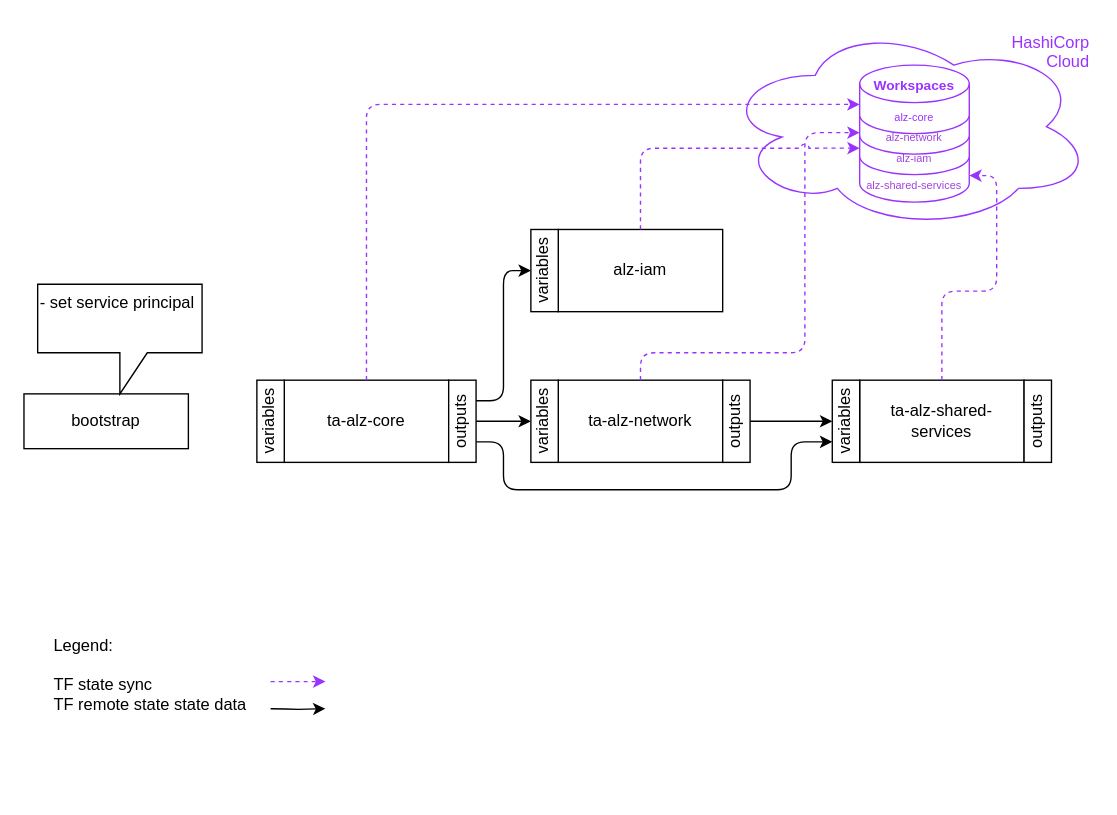
The draw.io diagram page "Overview" (1 of 5) of ta-alz.drawio in balazspados/azure-sandbox, before the edit. Source tidied: cells renumbered, new cells numbered last; positions are measured from the earlier drawing's top-left corner, leaving out a move shared by most shapes. Both pictures are drawn from the tidied source at 137%, with x=0, y=0 at pixel (23, 23).
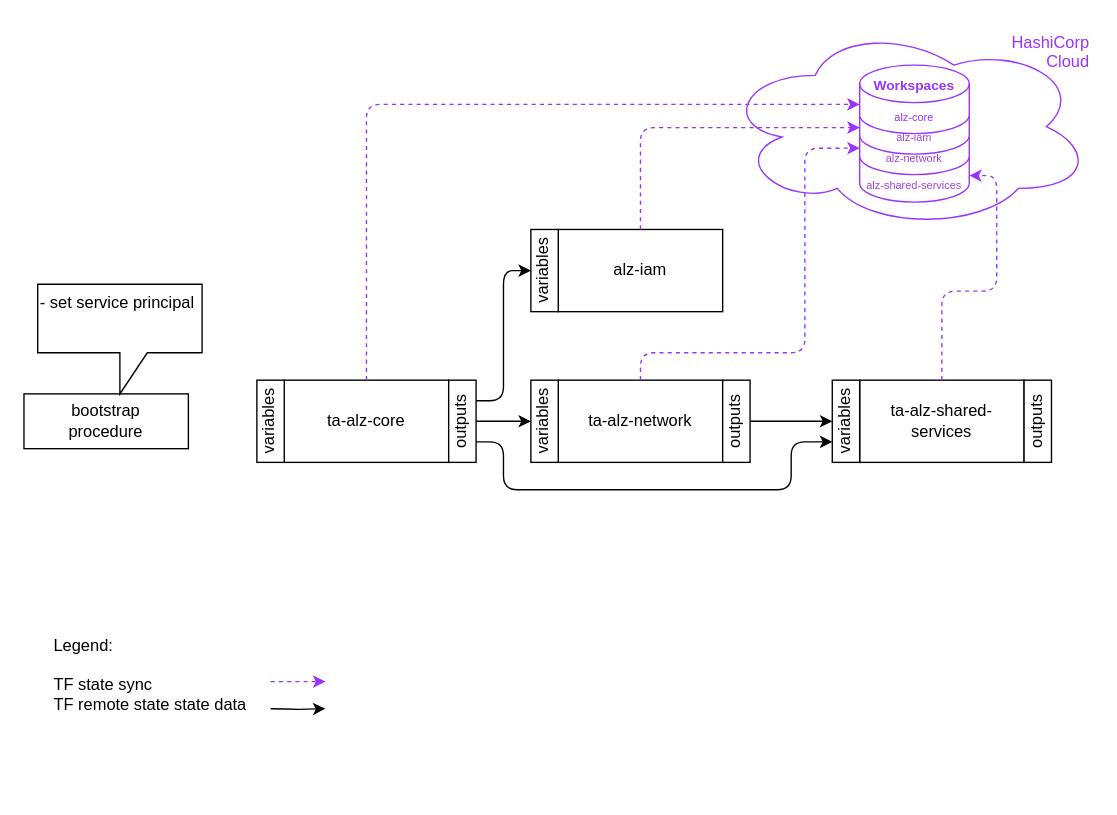
The same page after the edit.

Unchanged cells that the change refers to:
```xml
<mxCell id="2" style="group;" parent="1" vertex="1">
  <mxGeometry x="510" width="270" height="150" as="geometry" />
</mxCell>
<mxCell id="20" value="ta-alz-network" style="rounded=0;whiteSpace=wrap;html=1;" parent="19" vertex="1">
  <mxGeometry x="20" width="120" height="60" as="geometry" />
</mxCell>
<mxCell id="28" value="alz-iam" style="rounded=0;whiteSpace=wrap;html=1;" parent="27" vertex="1">
  <mxGeometry x="20" width="120" height="60" as="geometry" />
</mxCell>
```

The edit, as a diff of the source:
```diff
@@
-    <mxCell id="6" value="&lt;div&gt;alz-iam&lt;/div&gt;" style="shape=cylinder3;whiteSpace=wrap;html=1;boundedLbl=1;backgroundOutline=1;size=13.690739222935278;verticalAlign=bottom;labelPosition=center;verticalLabelPosition=middle;align=center;fontSize=8;fontColor=light-dark(#a143df, #ededed);strokeColor=#9933FF;" parent="2" vertex="1">
+    <mxCell id="6" value="&lt;div&gt;alz-network&lt;/div&gt;" style="shape=cylinder3;whiteSpace=wrap;html=1;boundedLbl=1;backgroundOutline=1;size=13.690739222935278;verticalAlign=bottom;labelPosition=center;verticalLabelPosition=middle;align=center;fontSize=8;fontColor=light-dark(#a143df, #ededed);strokeColor=#9933FF;" parent="2" vertex="1">
       <mxGeometry x="100" y="60" width="80" height="50" as="geometry" />
     </mxCell>
-    <mxCell id="7" value="&lt;div&gt;alz-network&lt;/div&gt;" style="shape=cylinder3;whiteSpace=wrap;html=1;boundedLbl=1;backgroundOutline=1;size=13.690739222935278;verticalAlign=bottom;labelPosition=center;verticalLabelPosition=middle;align=center;fontSize=8;fontColor=light-dark(#a143df, #ededed);strokeColor=#9933FF;" parent="2" vertex="1">
+    <mxCell id="7" value="&lt;div&gt;alz-iam&lt;/div&gt;" style="shape=cylinder3;whiteSpace=wrap;html=1;boundedLbl=1;backgroundOutline=1;size=13.690739222935278;verticalAlign=bottom;labelPosition=center;verticalLabelPosition=middle;align=center;fontSize=8;fontColor=light-dark(#a143df, #ededed);strokeColor=#9933FF;" parent="2" vertex="1">
       <mxGeometry x="100" y="45" width="80" height="50" as="geometry" />
     </mxCell>
@@
-    <mxCell id="14" value="bootstrap" style="rounded=0;whiteSpace=wrap;html=1;" parent="1" vertex="1">
+    <mxCell id="14" value="bootstrap&lt;br&gt;procedure" style="rounded=0;whiteSpace=wrap;html=1;" parent="1" vertex="1">
       <mxGeometry y="270" width="120" height="40" as="geometry" />
     </mxCell>
@@
-    <mxCell id="31" style="edgeStyle=orthogonalEdgeStyle;jettySize=auto;html=1;exitX=0.5;exitY=0;exitDx=0;exitDy=0;entryX=0;entryY=0;entryDx=0;entryDy=19.34536961146764;entryPerimeter=0;dashed=1;strokeColor=#9933FF;" parent="1" edge="1" source="20" target="6">
+    <mxCell id="31" style="edgeStyle=orthogonalEdgeStyle;jettySize=auto;html=1;exitX=0.5;exitY=0;exitDx=0;exitDy=0;entryX=0;entryY=0;entryDx=0;entryDy=30.65463038853236;entryPerimeter=0;dashed=1;strokeColor=#9933FF;" parent="1" edge="1" source="20" target="6">
       <mxGeometry relative="1" as="geometry">
         <Array as="points">
           <mxPoint x="450" y="240" />
           <mxPoint x="570" y="240" />
-          <mxPoint x="570" y="79.3" />
+          <mxPoint x="570" y="90.6" />
         </Array>
       </mxGeometry>
     </mxCell>
@@
-    <mxCell id="33" style="edgeStyle=orthogonalEdgeStyle;jettySize=auto;html=1;exitX=0.5;exitY=0;exitDx=0;exitDy=0;entryX=0;entryY=0;entryDx=0;entryDy=30.65463038853236;entryPerimeter=0;strokeColor=#9933FF;dashed=1;jumpStyle=arc;" parent="1" edge="1" source="28" target="6">
+    <mxCell id="33" style="edgeStyle=orthogonalEdgeStyle;jettySize=auto;html=1;exitX=0.5;exitY=0;exitDx=0;exitDy=0;entryX=0;entryY=0;entryDx=0;entryDy=30.65463038853236;entryPerimeter=0;strokeColor=#9933FF;dashed=1;jumpStyle=arc;" parent="1" edge="1" source="28" target="7">
       <mxGeometry relative="1" as="geometry" />
     </mxCell>
```
